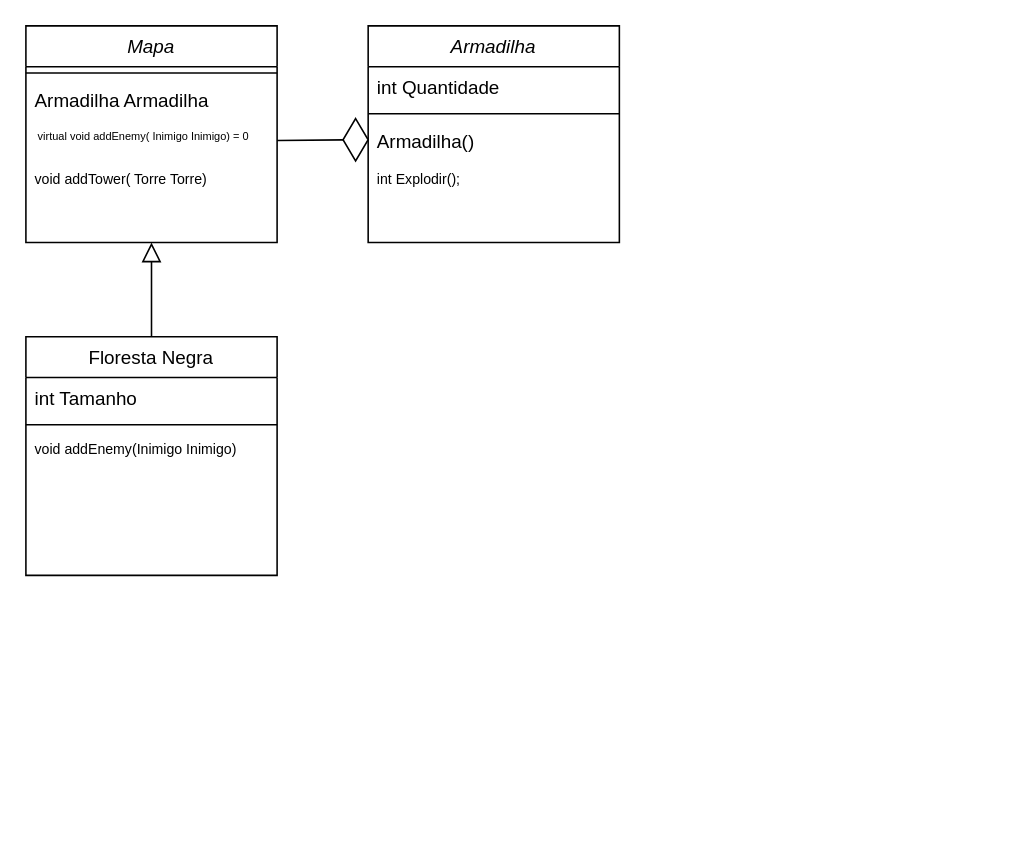
Above: Diagrama sem nome.drawio in GabsRMartins/Trabalho-final-PDS2 (draw.io), before the change. Source tidied: cells renumbered, new cells numbered last; positions are measured from the earlier drawing's top-left corner, leaving out a move shared by most shapes. Both pictures are drawn from the tidied source at 157%, with x=0, y=0 at pixel (25, 25).
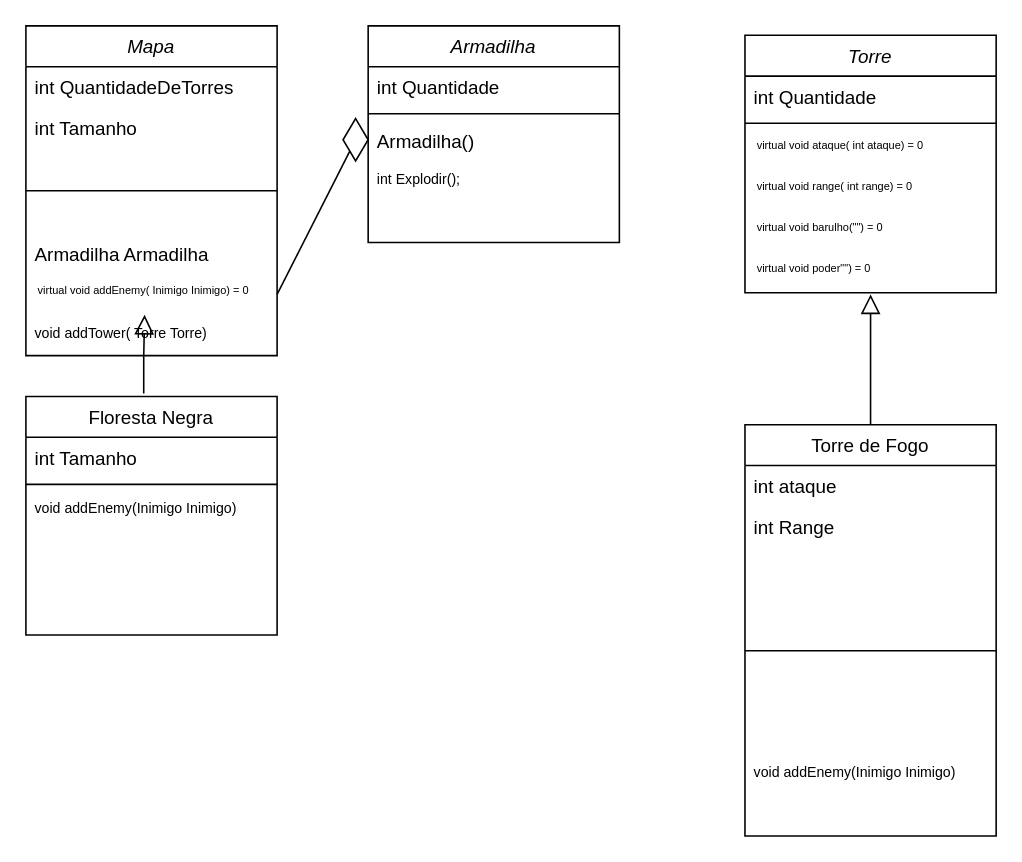
After the change.

The edit, as a diff of the source:
```diff
@@
     <mxCell id="2" value="Mapa" style="swimlane;fontStyle=2;align=center;verticalAlign=top;horizontal=1;startSize=26;rounded=0;shadow=0;strokeWidth=1;" parent="1" vertex="1">
-      <mxGeometry width="160" height="138" as="geometry" />
+      <mxGeometry width="160" height="210" as="geometry" />
     </mxCell>
+    <mxCell id="19" value="int QuantidadeDeTorres" style="text;align=left;verticalAlign=top;spacingLeft=4;spacingRight=4;overflow=hidden;" parent="2" vertex="1">
+      <mxGeometry y="26" width="160" height="26" as="geometry" />
+    </mxCell>
+    <mxCell id="20" value="int Tamanho" style="text;align=left;verticalAlign=top;spacingLeft=4;spacingRight=4;overflow=hidden;" parent="2" vertex="1">
+      <mxGeometry y="52" width="160" height="26" as="geometry" />
+    </mxCell>
     <mxCell id="3" style="line;html=1;strokeWidth=1;align=left;verticalAlign=middle;spacingTop=-1;spacingLeft=3;spacingRight=3;labelPosition=right;" parent="2" vertex="1">
-      <mxGeometry y="26" width="160" height="8" as="geometry" />
+      <mxGeometry y="78" width="160" height="54" as="geometry" />
     </mxCell>
     <mxCell id="4" value="Armadilha Armadilha" style="text;align=left;verticalAlign=top;spacingLeft=4;spacingRight=4;overflow=hidden;" parent="2" vertex="1">
-      <mxGeometry y="34" width="160" height="26" as="geometry" />
+      <mxGeometry y="132" width="160" height="26" as="geometry" />
     </mxCell>
     <mxCell id="5" value=" virtual void addEnemy( Inimigo Inimigo) = 0" style="text;align=left;verticalAlign=top;spacingLeft=4;spacingRight=4;overflow=hidden;points=[[0,0.5],[1,0.5]];portConstraint=eastwest;fontSize=7;" parent="2" vertex="1">
-      <mxGeometry y="60" width="160" height="26" as="geometry" />
+      <mxGeometry y="158" width="160" height="26" as="geometry" />
     </mxCell>
     <mxCell id="6" value="void addTower( Torre Torre)" style="text;align=left;verticalAlign=top;spacingLeft=4;spacingRight=4;overflow=hidden;fontSize=9;" parent="2" vertex="1">
-      <mxGeometry y="86" width="160" height="26" as="geometry" />
+      <mxGeometry y="184" width="160" height="26" as="geometry" />
     </mxCell>
     <mxCell id="7" value="Floresta Negra" style="swimlane;fontStyle=0;align=center;verticalAlign=top;horizontal=1;startSize=26;rounded=0;shadow=0;strokeWidth=1;" parent="1" vertex="1">
-      <mxGeometry y="198" width="160" height="152" as="geometry" />
+      <mxGeometry y="236" width="160" height="152" as="geometry" />
     </mxCell>
@@
-    <mxCell id="11" style="endArrow=block;endSize=10;endFill=0;shadow=0;strokeWidth=1;rounded=0;curved=0;edgeStyle=elbowEdgeStyle;elbow=vertical;" parent="1" edge="1" source="7" target="2">
-      <mxGeometry relative="1" as="geometry" />
+    <mxCell id="11" style="endArrow=block;endSize=10;endFill=0;shadow=0;strokeWidth=1;rounded=0;curved=0;edgeStyle=elbowEdgeStyle;elbow=vertical;entryX=0.51;entryY=1.071;entryDx=0;entryDy=0;entryPerimeter=0;exitX=0.469;exitY=-0.012;exitDx=0;exitDy=0;exitPerimeter=0;" parent="1" edge="1" source="7">
+      <mxGeometry relative="1" as="geometry">
+        <mxPoint x="75.6" y="184" as="targetPoint" />
+        <Array as="points">
+          <mxPoint x="76" y="211" />
+        </Array>
+      </mxGeometry>
     </mxCell>
@@
+    <mxCell id="21" value="Torre" style="swimlane;fontStyle=2;align=center;verticalAlign=top;horizontal=1;startSize=26;rounded=0;shadow=0;strokeWidth=1;" parent="1" vertex="1">
+      <mxGeometry x="458" y="6" width="160" height="164" as="geometry" />
+    </mxCell>
+    <mxCell id="22" value="int Quantidade" style="text;align=left;verticalAlign=top;spacingLeft=4;spacingRight=4;overflow=hidden;" parent="21" vertex="1">
+      <mxGeometry y="26" width="160" height="26" as="geometry" />
+    </mxCell>
+    <mxCell id="23" style="line;html=1;strokeWidth=1;align=left;verticalAlign=middle;spacingTop=-1;spacingLeft=3;spacingRight=3;labelPosition=right;" parent="21" vertex="1">
+      <mxGeometry y="52" width="160" height="8" as="geometry" />
+    </mxCell>
+    <mxCell id="24" value=" virtual void ataque( int ataque) = 0" style="text;align=left;verticalAlign=top;spacingLeft=4;spacingRight=4;overflow=hidden;fontSize=7;" parent="21" vertex="1">
+      <mxGeometry y="60" width="160" height="26" as="geometry" />
+    </mxCell>
+    <mxCell id="25" value=" virtual void range( int range) = 0" style="text;align=left;verticalAlign=top;spacingLeft=4;spacingRight=4;overflow=hidden;fontSize=7;" parent="21" vertex="1">
+      <mxGeometry y="86" width="160" height="26" as="geometry" />
+    </mxCell>
+    <mxCell id="26" value=" virtual void barulho(&quot;&quot;) = 0" style="text;align=left;verticalAlign=top;spacingLeft=4;spacingRight=4;overflow=hidden;fontSize=7;" parent="21" vertex="1">
+      <mxGeometry y="112" width="160" height="26" as="geometry" />
+    </mxCell>
+    <mxCell id="27" value=" virtual void poder&quot;&quot;) = 0" style="text;align=left;verticalAlign=top;spacingLeft=4;spacingRight=4;overflow=hidden;fontSize=7;" parent="21" vertex="1">
+      <mxGeometry y="138" width="160" height="26" as="geometry" />
+    </mxCell>
+    <mxCell id="28" value="Torre de Fogo" style="swimlane;fontStyle=0;align=center;verticalAlign=top;horizontal=1;startSize=26;rounded=0;shadow=0;strokeWidth=1;" parent="1" vertex="1">
+      <mxGeometry x="458" y="254" width="160" height="262" as="geometry" />
+    </mxCell>
+    <mxCell id="29" value="int ataque&#10;" style="text;align=left;verticalAlign=top;spacingLeft=4;spacingRight=4;overflow=hidden;" parent="28" vertex="1">
+      <mxGeometry y="26" width="160" height="26" as="geometry" />
+    </mxCell>
+    <mxCell id="30" value="int Range&#10;" style="text;align=left;verticalAlign=top;spacingLeft=4;spacingRight=4;overflow=hidden;" parent="28" vertex="1">
+      <mxGeometry y="52" width="160" height="26" as="geometry" />
+    </mxCell>
+    <mxCell id="31" style="line;html=1;strokeWidth=1;align=left;verticalAlign=middle;spacingTop=-1;spacingLeft=3;spacingRight=3;labelPosition=right;" parent="28" vertex="1">
+      <mxGeometry y="78" width="160" height="132" as="geometry" />
+    </mxCell>
+    <mxCell id="32" value="void addEnemy(Inimigo Inimigo)" style="text;align=left;verticalAlign=top;spacingLeft=4;spacingRight=4;overflow=hidden;fontSize=9;" parent="28" vertex="1">
+      <mxGeometry y="210" width="160" height="26" as="geometry" />
+    </mxCell>
+    <mxCell id="33" style="endArrow=block;endSize=10;endFill=0;shadow=0;strokeWidth=1;rounded=0;curved=0;edgeStyle=elbowEdgeStyle;elbow=vertical;exitX=0.5;exitY=0;exitDx=0;exitDy=0;" parent="1" edge="1" source="28">
+      <mxGeometry relative="1" as="geometry">
+        <mxPoint x="538" y="171" as="targetPoint" />
+      </mxGeometry>
+    </mxCell>
```
